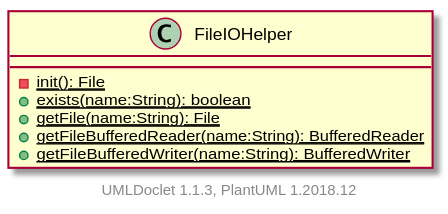
Before: projects/oodp/html/umlversion/uml/sg.edu.ntu.scse.cz2002.util.FileIOHelper.svg, a diagram exported from PlantUML (itachi1706/How-to-use-Git-NTUSCSE1819-Site).
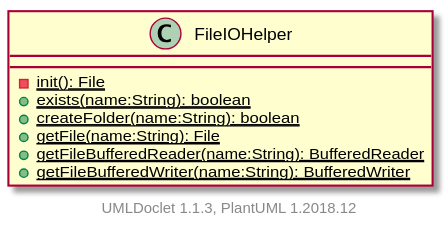
After the commit.

What changed in the source:
```diff
@@ -3,6 +3,7 @@
     class FileIOHelper [[../sg/edu/ntu/scse/cz2002/util/FileIOHelper.html]] {
         {static} -init(): File
         {static} +exists(name:String): boolean
+        {static} +createFolder(name:String): boolean
         {static} +getFile(name:String): File
         {static} +getFileBufferedReader(name:String): BufferedReader
         {static} +getFileBufferedWriter(name:String): BufferedWriter
```
